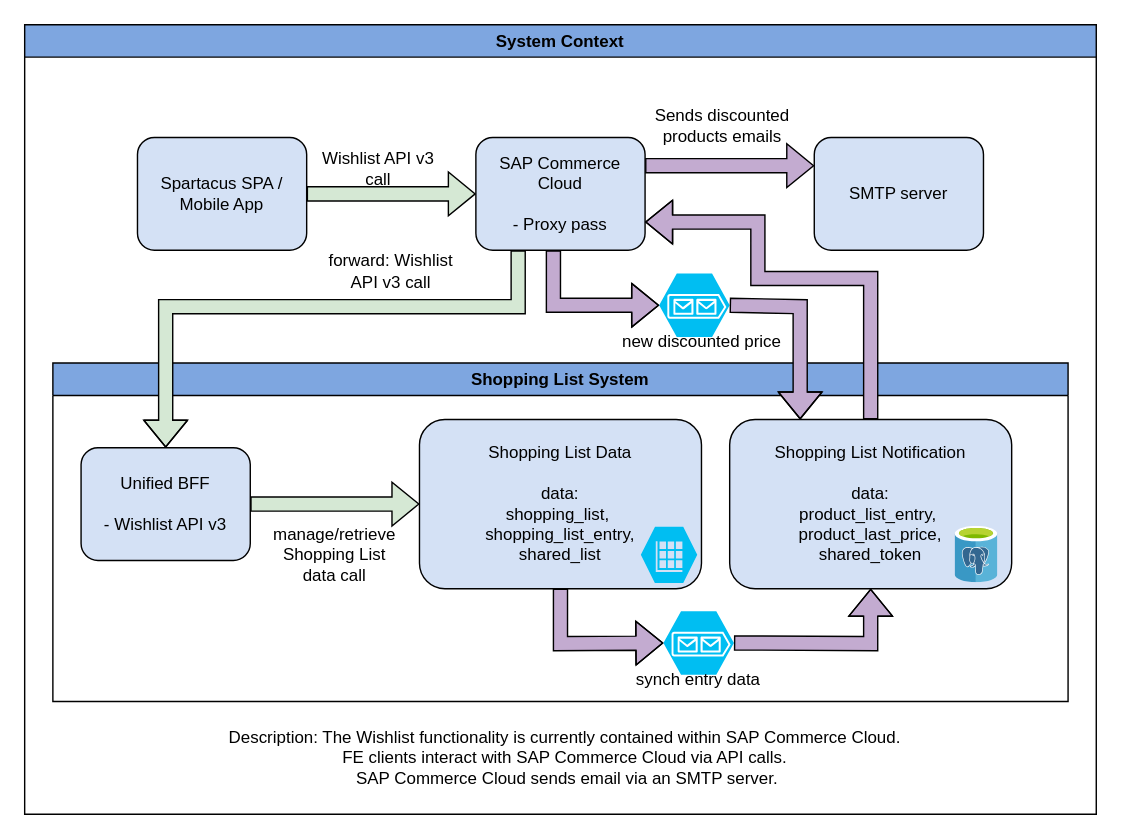
d-figuccia/draw-io keeps this draw.io diagram as graphs/target_conceptual_view_sad_shopping_list.drawio. Above is the earlier version. Source tidied: cells renumbered, new cells numbered last; positions are measured from the earlier drawing's top-left corner, leaving out a move shared by most shapes. Both pictures are drawn from the tidied source at 141%, with x=0, y=0 at pixel (24, 24).
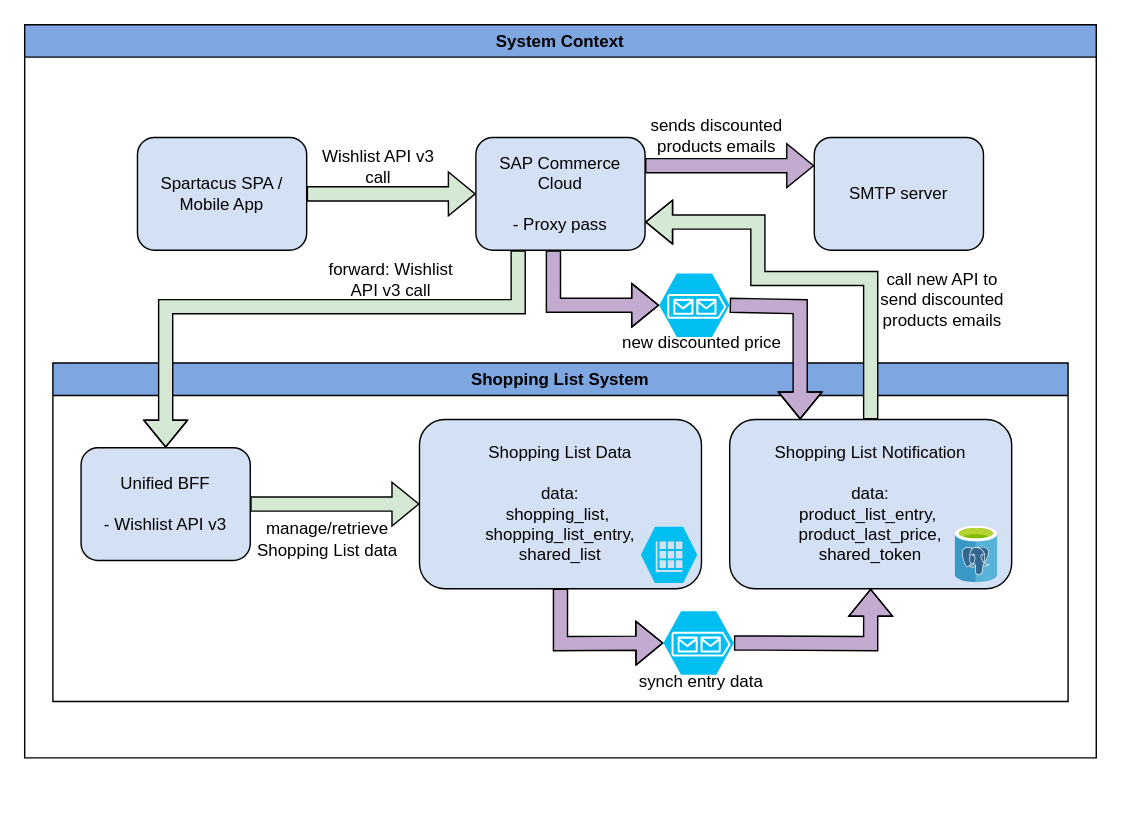
The same diagram, later.

Unchanged cells that the change refers to:
```xml
<mxCell id="4" value="SAP Commerce Cloud&lt;div&gt;&lt;br&gt;&lt;/div&gt;&lt;div&gt;- Proxy pass&lt;/div&gt;" style="rounded=1;whiteSpace=wrap;html=1;fillColor=#D4E1F5;" parent="2" vertex="1">
  <mxGeometry x="320" y="80" width="120" height="80" as="geometry" />
</mxCell>
<mxCell id="10" value="Shopping List System" style="swimlane;whiteSpace=wrap;html=1;fillColor=#7EA6E0;" parent="2" vertex="1">
  <mxGeometry x="20" y="240" width="720" height="240" as="geometry" />
</mxCell>
<mxCell id="14" value="Shopping List Notification&lt;br&gt;&lt;div&gt;&lt;br&gt;&lt;/div&gt;&lt;div&gt;data:&lt;/div&gt;&lt;div&gt;product_list_entry,&amp;nbsp;&lt;/div&gt;&lt;div&gt;product_last_price,&lt;/div&gt;&lt;div&gt;shared_token&lt;/div&gt;" style="rounded=1;whiteSpace=wrap;html=1;fillColor=#D4E1F5;" parent="10" vertex="1">
  <mxGeometry x="480" y="40" width="200" height="120" as="geometry" />
</mxCell>
```

Change to the diagram source:
```diff
@@
     <mxCell id="2" value="System Context" style="swimlane;whiteSpace=wrap;html=1;fillColor=#7EA6E0;" parent="1" vertex="1">
-      <mxGeometry width="760" height="560" as="geometry" />
+      <mxGeometry width="760" height="520" as="geometry" />
     </mxCell>
@@
     <mxCell id="7" value="Wishlist API v3 call" style="text;html=1;align=center;verticalAlign=middle;whiteSpace=wrap;rounded=0;" parent="2" vertex="1">
-      <mxGeometry x="201" y="87" width="100" height="30" as="geometry" />
+      <mxGeometry x="201" y="86" width="100" height="30" as="geometry" />
     </mxCell>
-    <mxCell id="8" value="Sends discounted&lt;div&gt;&lt;span style=&quot;background-color: transparent; color: light-dark(rgb(0, 0, 0), rgb(255, 255, 255));&quot;&gt;products emails&lt;/span&gt;&lt;/div&gt;" style="text;html=1;align=center;verticalAlign=middle;whiteSpace=wrap;rounded=0;" parent="2" vertex="1">
-      <mxGeometry x="440" y="57" width="110" height="30" as="geometry" />
+    <mxCell id="8" value="sends discounted&lt;div&gt;&lt;span style=&quot;background-color: transparent; color: light-dark(rgb(0, 0, 0), rgb(255, 255, 255));&quot;&gt;products emails&lt;/span&gt;&lt;/div&gt;" style="text;html=1;align=center;verticalAlign=middle;whiteSpace=wrap;rounded=0;" parent="2" vertex="1">
+      <mxGeometry x="436" y="64" width="110" height="30" as="geometry" />
     </mxCell>
-    <mxCell id="9" value="Description: The Wishlist functionality is currently contained within SAP Commerce Cloud.&amp;nbsp;&lt;div&gt;FE clients interact with SAP Commerce Cloud via API calls.&amp;nbsp;&lt;div&gt;SAP Commerce Cloud sends email via an SMTP server.&lt;/div&gt;&lt;/div&gt;" style="text;html=1;align=center;verticalAlign=middle;whiteSpace=wrap;rounded=0;" parent="2" vertex="1">
-      <mxGeometry x="45" y="500" width="680" height="40" as="geometry" />
-    </mxCell>
@@
-    <mxCell id="20" value="manage/retrieve&lt;div&gt;Shopping List data call&lt;/div&gt;" style="text;html=1;align=center;verticalAlign=middle;whiteSpace=wrap;rounded=0;" parent="10" vertex="1">
-      <mxGeometry x="150" y="121" width="100" height="30" as="geometry" />
+    <mxCell id="20" value="manage/retrieve&lt;div&gt;Shopping List data&lt;/div&gt;" style="text;html=1;align=center;verticalAlign=middle;whiteSpace=wrap;rounded=0;" parent="10" vertex="1">
+      <mxGeometry x="140" y="110" width="110" height="30" as="geometry" />
     </mxCell>
     <mxCell id="21" value="synch entry data" style="text;html=1;align=center;verticalAlign=middle;whiteSpace=wrap;rounded=0;" parent="10" vertex="1">
-      <mxGeometry x="408" y="210" width="100" height="30" as="geometry" />
+      <mxGeometry x="410" y="211" width="100" height="30" as="geometry" />
     </mxCell>
@@
     <mxCell id="23" value="forward: Wishlist API v3 call" style="text;html=1;align=center;verticalAlign=middle;whiteSpace=wrap;rounded=0;" parent="2" vertex="1">
-      <mxGeometry x="210" y="160" width="100" height="30" as="geometry" />
+      <mxGeometry x="210" y="166" width="100" height="30" as="geometry" />
     </mxCell>
@@
     <mxCell id="27" value="new discounted price" style="text;html=1;align=center;verticalAlign=middle;whiteSpace=wrap;rounded=0;" parent="2" vertex="1">
-      <mxGeometry x="422.5" y="210" width="115" height="30" as="geometry" />
+      <mxGeometry x="422.5" y="211" width="115" height="30" as="geometry" />
     </mxCell>
@@
-    <mxCell id="29" style="shape=flexArrow;endArrow=classic;html=1;rounded=0;exitX=0.5;exitY=0;exitDx=0;exitDy=0;entryX=1;entryY=0.75;entryDx=0;entryDy=0;fillColor=#C3ABD0;" parent="2" edge="1" source="14" target="4">
+    <mxCell id="29" style="shape=flexArrow;endArrow=classic;html=1;rounded=0;exitX=0.5;exitY=0;exitDx=0;exitDy=0;entryX=1;entryY=0.75;entryDx=0;entryDy=0;fillColor=#D5E8D4;" parent="2" edge="1" source="14" target="4">
       <mxGeometry relative="1" as="geometry">
         <Array as="points">
           <mxPoint x="600" y="180" />
           <mxPoint x="520" y="180" />
           <mxPoint x="520" y="140" />
         </Array>
       </mxGeometry>
     </mxCell>
+    <mxCell id="30" value="call new API to send discounted&lt;div&gt;&lt;span style=&quot;background-color: transparent; color: light-dark(rgb(0, 0, 0), rgb(255, 255, 255));&quot;&gt;products emails&lt;/span&gt;&lt;/div&gt;" style="text;html=1;align=center;verticalAlign=middle;whiteSpace=wrap;rounded=0;" parent="2" vertex="1">
+      <mxGeometry x="601" y="180" width="100" height="30" as="geometry" />
+    </mxCell>
```
